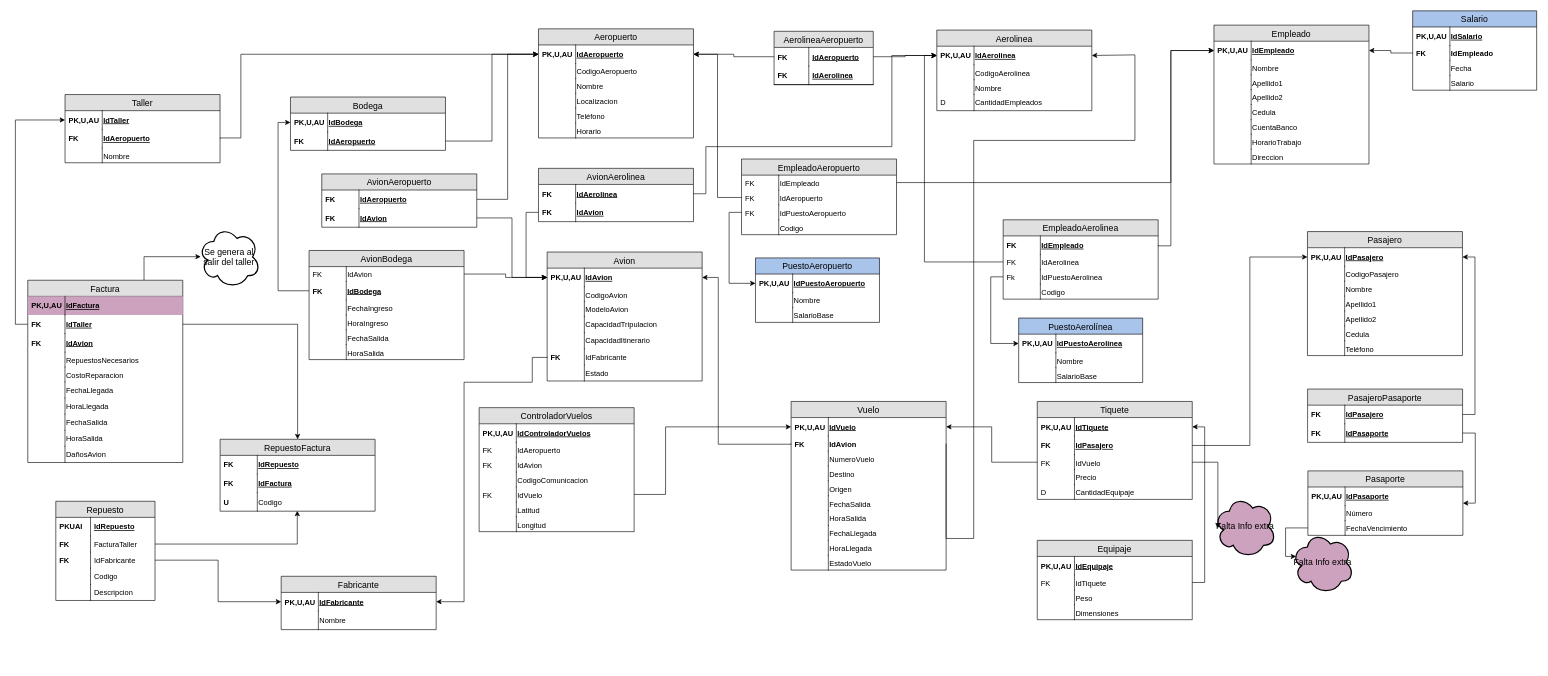
This is Diagrama relacional.drawio from m-herrera/airport-database, a draw.io file, before an edit. Source tidied: cells renumbered, new cells numbered last; positions are measured from the earlier drawing's top-left corner, leaving out a move shared by most shapes. Both pictures are drawn from the tidied source at 62%, with x=0, y=0 at pixel (27, 11).
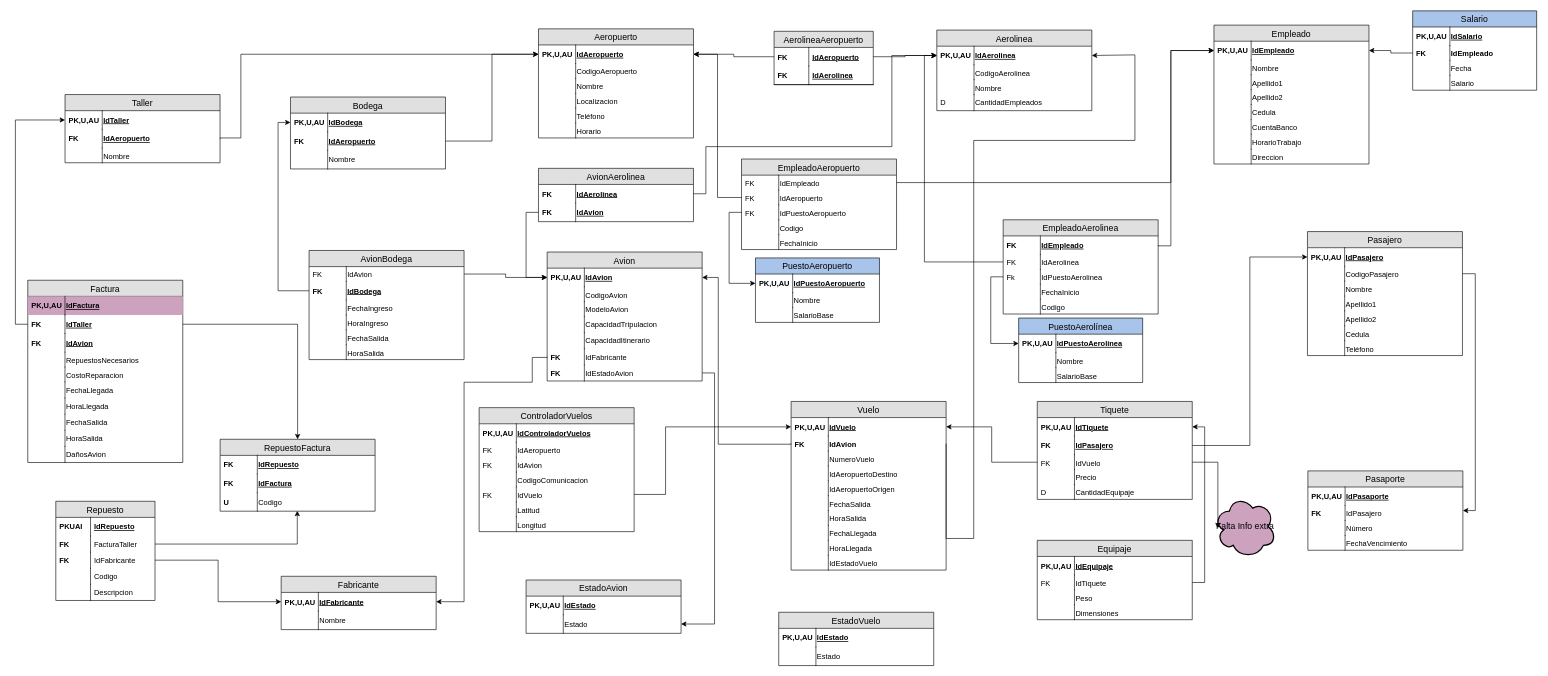
The same page after the edit.

Unchanged cells that the change refers to:
```xml
<mxCell id="29" value="IdAeropuerto" style="shape=partialRectangle;top=0;left=0;right=0;bottom=0;align=left;verticalAlign=middle;fillColor=none;spacingLeft=60;spacingRight=4;overflow=hidden;points=[[0,0.5],[1,0.5]];portConstraint=eastwest;fontStyle=5;fontSize=12;strokeColor=#000000;" parent="28" vertex="1">
  <mxGeometry y="26" width="250" height="30" as="geometry" />
</mxCell>
<mxCell id="59" value="Vuelo" style="swimlane;fontStyle=0;horizontal=1;startSize=26;fillColor=#e0e0e0;swimlaneFillColor=#ffffff;align=center;fontSize=14;" parent="1" vertex="1">
  <mxGeometry x="1231.5" y="630" width="250" height="272" as="geometry" />
</mxCell>
<mxCell id="80" value="Avion" style="swimlane;fontStyle=0;horizontal=1;startSize=26;fillColor=#e0e0e0;swimlaneFillColor=#ffffff;align=center;fontSize=14;" parent="1" vertex="1">
  <mxGeometry x="838" y="389" width="250" height="208" as="geometry" />
</mxCell>
<mxCell id="81" value="IdAvion" style="shape=partialRectangle;top=0;left=0;right=0;bottom=0;align=left;verticalAlign=middle;fillColor=none;spacingLeft=60;spacingRight=4;overflow=hidden;points=[[0,0.5],[1,0.5]];portConstraint=eastwest;fontStyle=5;fontSize=12;strokeColor=#000000;" parent="80" vertex="1">
  <mxGeometry y="26" width="250" height="30" as="geometry" />
</mxCell>
<mxCell id="96" value="Factura" style="swimlane;fontStyle=0;horizontal=1;startSize=26;fillColor=#e0e0e0;swimlaneFillColor=#ffffff;align=center;fontSize=14;" parent="1" vertex="1">
  <mxGeometry x="0.3" y="434.5" width="250" height="294" as="geometry" />
</mxCell>
<mxCell id="201" value="IdPasajero" style="shape=partialRectangle;top=0;left=0;right=0;bottom=0;align=left;verticalAlign=middle;fillColor=none;spacingLeft=60;spacingRight=4;overflow=hidden;points=[[0,0.5],[1,0.5]];portConstraint=eastwest;fontStyle=5;fontSize=12;" parent="200" vertex="1">
  <mxGeometry y="26" width="250" height="30" as="geometry" />
</mxCell>
<mxCell id="203" value="CodigoPasajero" style="shape=partialRectangle;top=0;left=0;right=0;bottom=0;align=left;verticalAlign=top;fillColor=none;spacingLeft=60;spacingRight=4;overflow=hidden;points=[[0,0.5],[1,0.5]];portConstraint=eastwest;fontSize=12;" parent="200" vertex="1">
  <mxGeometry y="56" width="250" height="24" as="geometry" />
</mxCell>
```

What changed in the source:
```diff
@@
     <mxCell id="41" value="EmpleadoAerolinea" style="swimlane;fontStyle=0;horizontal=1;startSize=26;fillColor=#e0e0e0;swimlaneFillColor=#ffffff;align=center;fontSize=14;" parent="1" vertex="1">
-      <mxGeometry x="1573.5" y="337" width="250" height="128" as="geometry" />
+      <mxGeometry x="1573.5" y="337" width="250" height="152" as="geometry" />
     </mxCell>
@@
+    <mxCell id="300" value="FechaInicio" style="shape=partialRectangle;top=0;left=0;right=0;bottom=0;align=left;verticalAlign=top;fillColor=none;spacingLeft=60;spacingRight=4;overflow=hidden;fontSize=12;" parent="41" vertex="1">
+      <mxGeometry y="104" width="250" height="24" as="geometry" />
+    </mxCell>
+    <mxCell id="301" style="shape=partialRectangle;top=0;left=0;bottom=0;fillColor=none;align=left;verticalAlign=top;spacingLeft=4;spacingRight=4;overflow=hidden;fontSize=12;" parent="300" vertex="1">
+      <mxGeometry width="60" height="24" as="geometry" />
+    </mxCell>
     <mxCell id="48" value="Codigo" style="shape=partialRectangle;top=0;left=0;right=0;bottom=0;align=left;verticalAlign=top;fillColor=none;spacingLeft=60;spacingRight=4;overflow=hidden;fontSize=12;" parent="41" vertex="1">
-      <mxGeometry y="104" width="250" height="24" as="geometry" />
+      <mxGeometry y="128" width="250" height="24" as="geometry" />
     </mxCell>
@@
     <mxCell id="50" value="EmpleadoAeropuerto" style="swimlane;fontStyle=0;horizontal=1;startSize=26;fillColor=#e0e0e0;swimlaneFillColor=#ffffff;align=center;fontSize=14;" parent="1" vertex="1">
-      <mxGeometry x="1151.5" y="239" width="250" height="122" as="geometry" />
+      <mxGeometry x="1151.5" y="239" width="250" height="146" as="geometry" />
     </mxCell>
@@
+    <mxCell id="302" value="FechaInicio" style="shape=partialRectangle;top=0;left=0;right=0;bottom=0;align=left;verticalAlign=top;fillColor=none;spacingLeft=60;spacingRight=4;overflow=hidden;fontSize=12;" parent="50" vertex="1">
+      <mxGeometry y="122" width="250" height="24" as="geometry" />
+    </mxCell>
+    <mxCell id="303" style="shape=partialRectangle;top=0;left=0;bottom=0;fillColor=none;align=left;verticalAlign=top;spacingLeft=4;spacingRight=4;overflow=hidden;fontSize=12;" parent="302" vertex="1">
+      <mxGeometry width="60" height="24" as="geometry" />
+    </mxCell>
@@
-    <mxCell id="66" value="Destino" style="shape=partialRectangle;top=0;left=0;right=0;bottom=0;align=left;verticalAlign=top;fillColor=none;spacingLeft=60;spacingRight=4;overflow=hidden;fontSize=12;" parent="59" vertex="1">
+    <mxCell id="66" value="IdAeropuertoDestino" style="shape=partialRectangle;top=0;left=0;right=0;bottom=0;align=left;verticalAlign=top;fillColor=none;spacingLeft=60;spacingRight=4;overflow=hidden;fontSize=12;" parent="59" vertex="1">
       <mxGeometry y="104" width="250" height="24" as="geometry" />
     </mxCell>
@@
-    <mxCell id="68" value="Origen" style="shape=partialRectangle;top=0;left=0;right=0;bottom=0;align=left;verticalAlign=top;fillColor=none;spacingLeft=60;spacingRight=4;overflow=hidden;fontSize=12;" parent="59" vertex="1">
+    <mxCell id="68" value="IdAeropuertoOrigen" style="shape=partialRectangle;top=0;left=0;right=0;bottom=0;align=left;verticalAlign=top;fillColor=none;spacingLeft=60;spacingRight=4;overflow=hidden;fontSize=12;" parent="59" vertex="1">
       <mxGeometry y="128" width="250" height="24" as="geometry" />
     </mxCell>
@@
-    <mxCell id="78" value="EstadoVuelo" style="shape=partialRectangle;top=0;left=0;right=0;bottom=0;align=left;verticalAlign=top;fillColor=none;spacingLeft=60;spacingRight=4;overflow=hidden;fontSize=12;" parent="59" vertex="1">
+    <mxCell id="78" value="IdEstadoVuelo" style="shape=partialRectangle;top=0;left=0;right=0;bottom=0;align=left;verticalAlign=top;fillColor=none;spacingLeft=60;spacingRight=4;overflow=hidden;fontSize=12;" parent="59" vertex="1">
       <mxGeometry y="248" width="250" height="24" as="geometry" />
     </mxCell>
@@
-    <mxCell id="93" value="Estado" style="shape=partialRectangle;top=0;left=0;right=0;bottom=0;align=left;verticalAlign=top;fillColor=none;spacingLeft=60;spacingRight=4;overflow=hidden;points=[[0,0.5],[1,0.5]];portConstraint=eastwest;fontSize=12;" parent="80" vertex="1">
+    <mxCell id="93" value="IdEstadoAvion" style="shape=partialRectangle;top=0;left=0;right=0;bottom=0;align=left;verticalAlign=top;fillColor=none;spacingLeft=60;spacingRight=4;overflow=hidden;points=[[0,0.5],[1,0.5]];portConstraint=eastwest;fontSize=12;" parent="80" vertex="1">
       <mxGeometry y="182" width="250" height="26" as="geometry" />
     </mxCell>
-    <mxCell id="94" style="shape=partialRectangle;top=0;left=0;bottom=0;fillColor=none;align=left;verticalAlign=top;spacingLeft=4;spacingRight=4;overflow=hidden;fontSize=12;" parent="93" vertex="1">
+    <mxCell id="94" value="FK" style="shape=partialRectangle;top=0;left=0;bottom=0;fillColor=none;align=left;verticalAlign=top;spacingLeft=4;spacingRight=4;overflow=hidden;fontSize=12;fontStyle=1;" parent="93" vertex="1">
       <mxGeometry width="60" height="26" as="geometry" />
     </mxCell>
-    <mxCell id="95" style="edgeStyle=orthogonalEdgeStyle;rounded=0;jettySize=auto;html=1;exitX=0.75;exitY=0;exitDx=0;exitDy=0;entryX=0.04;entryY=0.495;entryDx=0;entryDy=0;entryPerimeter=0;" parent="1" edge="1" source="96" target="117">
-      <mxGeometry relative="1" as="geometry" />
-    </mxCell>
@@
-    <mxCell id="117" value="Se genera al salir del taller" style="ellipse;shape=cloud;strokeWidth=2;fontSize=14;whiteSpace=wrap;html=1;align=center;shadow=0;fillColor=none;" parent="1" vertex="1">
-      <mxGeometry x="275.3" y="347" width="100" height="100" as="geometry" />
-    </mxCell>
@@
     <mxCell id="125" value="Bodega" style="swimlane;fontStyle=0;horizontal=1;startSize=26;fillColor=#e0e0e0;swimlaneFillColor=#ffffff;align=center;fontSize=14;" parent="1" vertex="1">
-      <mxGeometry x="424" y="139" width="250" height="86" as="geometry" />
+      <mxGeometry x="424" y="139" width="250" height="116" as="geometry" />
     </mxCell>
@@
+    <mxCell id="304" value="Nombre" style="shape=partialRectangle;top=0;left=0;right=0;bottom=0;align=left;verticalAlign=middle;fillColor=none;spacingLeft=60;spacingRight=4;overflow=hidden;fontStyle=0;fontSize=12;strokeColor=#000000;" parent="125" vertex="1">
+      <mxGeometry y="86" width="250" height="30" as="geometry" />
+    </mxCell>
+    <mxCell id="305" style="shape=partialRectangle;fontStyle=1;top=0;left=0;bottom=0;fillColor=none;align=left;verticalAlign=middle;spacingLeft=4;spacingRight=4;overflow=hidden;fontSize=12;" parent="304" vertex="1">
+      <mxGeometry width="60" height="30" as="geometry" />
+    </mxCell>
@@
     <mxCell id="141" value="Pasaporte" style="swimlane;fontStyle=0;horizontal=1;startSize=26;fillColor=#e0e0e0;swimlaneFillColor=#ffffff;align=center;fontSize=14;" parent="1" vertex="1">
-      <mxGeometry x="2065" y="742" width="250" height="104" as="geometry" />
+      <mxGeometry x="2065" y="742" width="250" height="128" as="geometry" />
     </mxCell>
@@
+    <mxCell id="149" value="IdPasajero" style="shape=partialRectangle;top=0;left=0;right=0;bottom=0;align=left;verticalAlign=top;fillColor=none;spacingLeft=60;spacingRight=4;overflow=hidden;points=[[0,0.5],[1,0.5]];portConstraint=eastwest;fontSize=12;" parent="141" vertex="1">
+      <mxGeometry y="56" width="250" height="24" as="geometry" />
+    </mxCell>
+    <mxCell id="306" value="FK" style="shape=partialRectangle;top=0;left=0;bottom=0;fillColor=none;align=left;verticalAlign=top;spacingLeft=4;spacingRight=4;overflow=hidden;fontSize=12;fontStyle=1;" parent="149" vertex="1">
+      <mxGeometry width="60" height="24" as="geometry" />
+    </mxCell>
     <mxCell id="144" value="Número" style="shape=partialRectangle;top=0;left=0;right=0;bottom=0;align=left;verticalAlign=top;fillColor=none;spacingLeft=60;spacingRight=4;overflow=hidden;fontSize=12;" parent="141" vertex="1">
-      <mxGeometry y="56" width="250" height="24" as="geometry" />
+      <mxGeometry y="80" width="250" height="24" as="geometry" />
     </mxCell>
@@
     <mxCell id="146" value="FechaVencimiento" style="shape=partialRectangle;top=0;left=0;right=0;bottom=0;align=left;verticalAlign=top;fillColor=none;spacingLeft=60;spacingRight=4;overflow=hidden;points=[[0,0.5],[1,0.5]];portConstraint=eastwest;fontSize=12;" parent="141" vertex="1">
-      <mxGeometry y="80" width="250" height="24" as="geometry" />
+      <mxGeometry y="104" width="250" height="24" as="geometry" />
     </mxCell>
@@
-    <mxCell id="148" value="PasajeroPasaporte" style="swimlane;fontStyle=0;horizontal=1;startSize=26;fillColor=#e0e0e0;swimlaneFillColor=#ffffff;align=center;fontSize=14;" parent="1" vertex="1">
-      <mxGeometry x="2064.5" y="610" width="250" height="86" as="geometry" />
-    </mxCell>
-    <mxCell id="149" value="IdPasajero" style="shape=partialRectangle;top=0;left=0;right=0;bottom=0;align=left;verticalAlign=middle;fillColor=none;spacingLeft=60;spacingRight=4;overflow=hidden;points=[[0,0.5],[1,0.5]];portConstraint=eastwest;fontStyle=5;fontSize=12;strokeColor=#000000;" parent="148" vertex="1">
-      <mxGeometry y="26" width="250" height="30" as="geometry" />
-    </mxCell>
-    <mxCell id="150" value="FK" style="shape=partialRectangle;fontStyle=1;top=0;left=0;bottom=0;fillColor=none;align=left;verticalAlign=middle;spacingLeft=4;spacingRight=4;overflow=hidden;fontSize=12;" parent="149" vertex="1">
-      <mxGeometry width="60" height="30" as="geometry" />
-    </mxCell>
-    <mxCell id="151" value="IdPasaporte" style="shape=partialRectangle;top=0;left=0;right=0;bottom=0;align=left;verticalAlign=middle;fillColor=none;spacingLeft=60;spacingRight=4;overflow=hidden;points=[[0,0.5],[1,0.5]];portConstraint=eastwest;fontStyle=5;fontSize=12;strokeColor=#000000;" parent="148" vertex="1">
-      <mxGeometry y="56" width="250" height="30" as="geometry" />
-    </mxCell>
-    <mxCell id="152" value="FK" style="shape=partialRectangle;fontStyle=1;top=0;left=0;bottom=0;fillColor=none;align=left;verticalAlign=middle;spacingLeft=4;spacingRight=4;overflow=hidden;fontSize=12;" parent="151" vertex="1">
-      <mxGeometry width="60" height="30" as="geometry" />
-    </mxCell>
@@
-    <mxCell id="155" value="Falta Info extra" style="ellipse;shape=cloud;strokeWidth=2;fontSize=14;whiteSpace=wrap;html=1;align=center;shadow=0;fillColor=#CDA2BE;" parent="1" vertex="1">
-      <mxGeometry x="2039" y="840" width="100" height="100" as="geometry" />
-    </mxCell>
@@
-    <mxCell id="255" style="edgeStyle=orthogonalEdgeStyle;rounded=0;jettySize=auto;html=1;exitX=1;exitY=0.5;exitDx=0;exitDy=0;entryX=1;entryY=0.5;entryDx=0;entryDy=0;" parent="1" edge="1" source="149" target="201">
-      <mxGeometry relative="1" as="geometry" />
-    </mxCell>
-    <mxCell id="256" style="edgeStyle=orthogonalEdgeStyle;rounded=0;jettySize=auto;html=1;exitX=1;exitY=0.5;exitDx=0;exitDy=0;entryX=1;entryY=0.5;entryDx=0;entryDy=0;" parent="1" edge="1" source="151" target="141">
+    <mxCell id="256" style="edgeStyle=orthogonalEdgeStyle;rounded=0;jettySize=auto;html=1;exitX=1;exitY=0.5;exitDx=0;exitDy=0;entryX=1;entryY=0.5;entryDx=0;entryDy=0;" parent="1" edge="1" source="203" target="141">
       <mxGeometry relative="1" as="geometry" />
     </mxCell>
-    <mxCell id="257" style="edgeStyle=orthogonalEdgeStyle;rounded=0;jettySize=auto;html=1;exitX=0;exitY=0.5;exitDx=0;exitDy=0;entryX=0.07;entryY=0.4;entryDx=0;entryDy=0;entryPerimeter=0;" parent="1" edge="1" source="146" target="155">
-      <mxGeometry relative="1" as="geometry">
-        <Array as="points">
-          <mxPoint x="2029" y="880" />
-        </Array>
-      </mxGeometry>
-    </mxCell>
@@
-    <mxCell id="286" value="AvionAeropuerto" style="swimlane;fontStyle=0;horizontal=1;startSize=26;fillColor=#e0e0e0;swimlaneFillColor=#ffffff;align=center;fontSize=14;" parent="1" vertex="1">
-      <mxGeometry x="474.5" y="263" width="250" height="86" as="geometry" />
-    </mxCell>
-    <mxCell id="287" value="IdAeropuerto" style="shape=partialRectangle;top=0;left=0;right=0;bottom=0;align=left;verticalAlign=middle;fillColor=none;spacingLeft=60;spacingRight=4;overflow=hidden;points=[[0,0.5],[1,0.5]];portConstraint=eastwest;fontStyle=5;fontSize=12;strokeColor=#000000;" parent="286" vertex="1">
-      <mxGeometry y="26" width="250" height="30" as="geometry" />
-    </mxCell>
-    <mxCell id="288" value="FK" style="shape=partialRectangle;fontStyle=1;top=0;left=0;bottom=0;fillColor=none;align=left;verticalAlign=middle;spacingLeft=4;spacingRight=4;overflow=hidden;fontSize=12;" parent="287" vertex="1">
-      <mxGeometry width="60" height="30" as="geometry" />
-    </mxCell>
-    <mxCell id="289" value="IdAvion" style="shape=partialRectangle;top=0;left=0;right=0;bottom=0;align=left;verticalAlign=middle;fillColor=none;spacingLeft=60;spacingRight=4;overflow=hidden;points=[[0,0.5],[1,0.5]];portConstraint=eastwest;fontStyle=5;fontSize=12;strokeColor=#000000;" parent="286" vertex="1">
-      <mxGeometry y="56" width="250" height="30" as="geometry" />
-    </mxCell>
-    <mxCell id="290" value="FK" style="shape=partialRectangle;fontStyle=1;top=0;left=0;bottom=0;fillColor=none;align=left;verticalAlign=middle;spacingLeft=4;spacingRight=4;overflow=hidden;fontSize=12;" parent="289" vertex="1">
-      <mxGeometry width="60" height="30" as="geometry" />
-    </mxCell>
-    <mxCell id="291" style="edgeStyle=orthogonalEdgeStyle;rounded=0;jettySize=auto;html=1;exitX=1;exitY=0.5;exitDx=0;exitDy=0;entryX=0;entryY=0.5;entryDx=0;entryDy=0;" parent="1" edge="1" source="287" target="29">
-      <mxGeometry relative="1" as="geometry" />
-    </mxCell>
-    <mxCell id="292" style="edgeStyle=orthogonalEdgeStyle;rounded=0;jettySize=auto;html=1;exitX=1;exitY=0.5;exitDx=0;exitDy=0;entryX=0;entryY=0.5;entryDx=0;entryDy=0;" parent="1" edge="1" source="289" target="81">
-      <mxGeometry relative="1" as="geometry" />
-    </mxCell>
@@
+    <mxCell id="307" value="EstadoAvion" style="swimlane;fontStyle=0;horizontal=1;startSize=26;fillColor=#e0e0e0;swimlaneFillColor=#ffffff;align=center;fontSize=14;" parent="1" vertex="1">
+      <mxGeometry x="804" y="918" width="250" height="86" as="geometry" />
+    </mxCell>
+    <mxCell id="308" value="IdEstado" style="shape=partialRectangle;top=0;left=0;right=0;bottom=0;align=left;verticalAlign=middle;fillColor=none;spacingLeft=60;spacingRight=4;overflow=hidden;fontStyle=5;fontSize=12;strokeColor=#000000;" parent="307" vertex="1">
+      <mxGeometry y="26" width="250" height="30" as="geometry" />
+    </mxCell>
+    <mxCell id="309" value="PK,U,AU" style="shape=partialRectangle;fontStyle=1;top=0;left=0;bottom=0;fillColor=none;align=left;verticalAlign=middle;spacingLeft=4;spacingRight=4;overflow=hidden;fontSize=12;" parent="308" vertex="1">
+      <mxGeometry width="60" height="30" as="geometry" />
+    </mxCell>
+    <mxCell id="310" value="Estado" style="shape=partialRectangle;top=0;left=0;right=0;bottom=0;align=left;verticalAlign=middle;fillColor=none;spacingLeft=60;spacingRight=4;overflow=hidden;points=[[0,0.5],[1,0.5]];portConstraint=eastwest;fontStyle=0;fontSize=12;strokeColor=#000000;" parent="307" vertex="1">
+      <mxGeometry y="56" width="250" height="30" as="geometry" />
+    </mxCell>
+    <mxCell id="311" style="shape=partialRectangle;fontStyle=1;top=0;left=0;bottom=0;fillColor=none;align=left;verticalAlign=middle;spacingLeft=4;spacingRight=4;overflow=hidden;fontSize=12;" parent="310" vertex="1">
+      <mxGeometry width="60" height="30" as="geometry" />
+    </mxCell>
+    <mxCell id="312" style="edgeStyle=orthogonalEdgeStyle;rounded=0;jettySize=auto;html=1;exitX=1;exitY=0.5;exitDx=0;exitDy=0;entryX=1;entryY=0.5;entryDx=0;entryDy=0;" parent="1" edge="1" source="93" target="310">
+      <mxGeometry relative="1" as="geometry" />
+    </mxCell>
+    <mxCell id="313" value="EstadoVuelo" style="swimlane;fontStyle=0;horizontal=1;startSize=26;fillColor=#e0e0e0;swimlaneFillColor=#ffffff;align=center;fontSize=14;" parent="1" vertex="1">
+      <mxGeometry x="1211.5" y="970" width="250" height="86" as="geometry" />
+    </mxCell>
+    <mxCell id="314" value="IdEstado" style="shape=partialRectangle;top=0;left=0;right=0;bottom=0;align=left;verticalAlign=middle;fillColor=none;spacingLeft=60;spacingRight=4;overflow=hidden;fontStyle=5;fontSize=12;strokeColor=#000000;" parent="313" vertex="1">
+      <mxGeometry y="26" width="250" height="30" as="geometry" />
+    </mxCell>
+    <mxCell id="315" value="PK,U,AU" style="shape=partialRectangle;fontStyle=1;top=0;left=0;bottom=0;fillColor=none;align=left;verticalAlign=middle;spacingLeft=4;spacingRight=4;overflow=hidden;fontSize=12;" parent="314" vertex="1">
+      <mxGeometry width="60" height="30" as="geometry" />
+    </mxCell>
+    <mxCell id="316" value="Estado" style="shape=partialRectangle;top=0;left=0;right=0;bottom=0;align=left;verticalAlign=middle;fillColor=none;spacingLeft=60;spacingRight=4;overflow=hidden;fontStyle=0;fontSize=12;strokeColor=#000000;" parent="313" vertex="1">
+      <mxGeometry y="56" width="250" height="30" as="geometry" />
+    </mxCell>
+    <mxCell id="317" style="shape=partialRectangle;fontStyle=1;top=0;left=0;bottom=0;fillColor=none;align=left;verticalAlign=middle;spacingLeft=4;spacingRight=4;overflow=hidden;fontSize=12;" parent="316" vertex="1">
+      <mxGeometry width="60" height="30" as="geometry" />
+    </mxCell>
```
